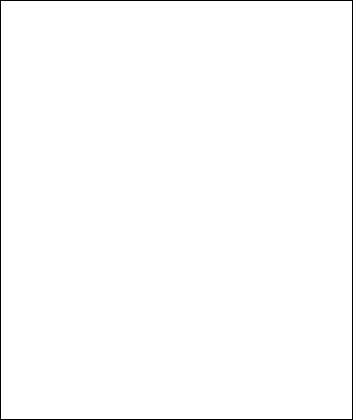
drshahizan/software-engineering keeps this draw.io diagram as exercise/uml/submission/sec02/nurfarahadibah/UC5.drawio.png. Above is the earlier version. Source tidied: cells renumbered, new cells last; positions are measured from the earlier drawing's top-left corner, leaving out a move shared by most shapes.
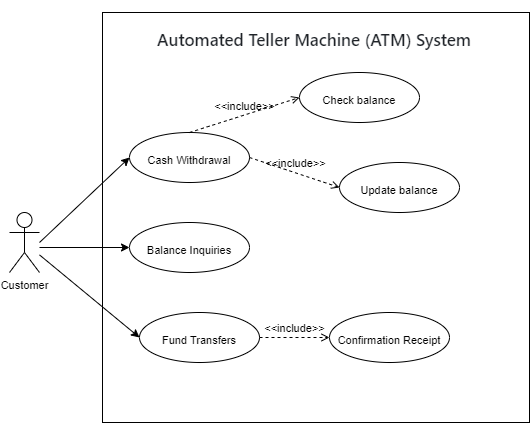
After the commit.

The edit, as a diff of the source:
```diff
@@ -2,8 +2,54 @@
   <root>
     <mxCell id="0" />
     <mxCell id="1" parent="0" />
-    <mxCell id="2" style="rounded=0;whiteSpace=wrap;html=1;fontSize=16;" parent="1" vertex="1">
-      <mxGeometry width="352" height="419" as="geometry" />
+    <mxCell id="2" style="rounded=0;whiteSpace=wrap;html=1;fontSize=16;fillColor=none;" parent="1" vertex="1">
+      <mxGeometry width="427" height="410" as="geometry" />
     </mxCell>
+    <mxCell id="3" value="&lt;font face=&quot;Helvetica&quot; style=&quot;font-size: 11px;&quot;&gt;Cash Withdrawal&lt;/font&gt;" style="ellipse;whiteSpace=wrap;html=1;rounded=1;hachureGap=4;fontFamily=Architects Daughter;fontSource=https%3A%2F%2Ffonts.googleapis.com%2Fcss%3Ffamily%3DArchitects%2BDaughter;fontSize=20;" parent="1" vertex="1">
+      <mxGeometry x="27" y="120" width="120" height="50" as="geometry" />
+    </mxCell>
+    <mxCell id="4" value="&lt;font style=&quot;font-size: 11px;&quot; face=&quot;Helvetica&quot;&gt;Balance Inquiries&lt;/font&gt;" style="ellipse;whiteSpace=wrap;html=1;rounded=1;sketch=0;hachureGap=4;jiggle=2;curveFitting=1;fontFamily=Architects Daughter;fontSource=https%3A%2F%2Ffonts.googleapis.com%2Fcss%3Ffamily%3DArchitects%2BDaughter;fontSize=20;" parent="1" vertex="1">
+      <mxGeometry x="27" y="210" width="120" height="50" as="geometry" />
+    </mxCell>
+    <mxCell id="5" value="&lt;font face=&quot;Helvetica&quot;&gt;&lt;span style=&quot;font-size: 11px;&quot;&gt;Fund Transfers&lt;/span&gt;&lt;/font&gt;" style="ellipse;whiteSpace=wrap;html=1;rounded=1;sketch=0;hachureGap=4;jiggle=2;curveFitting=1;fontFamily=Architects Daughter;fontSource=https%3A%2F%2Ffonts.googleapis.com%2Fcss%3Ffamily%3DArchitects%2BDaughter;fontSize=20;" parent="1" vertex="1">
+      <mxGeometry x="37" y="300" width="120" height="50" as="geometry" />
+    </mxCell>
+    <mxCell id="6" value="&lt;font face=&quot;Helvetica&quot;&gt;&lt;span style=&quot;font-size: 11px;&quot;&gt;Confirmation Receipt&lt;/span&gt;&lt;/font&gt;" style="ellipse;whiteSpace=wrap;html=1;rounded=1;sketch=0;hachureGap=4;jiggle=2;curveFitting=1;fontFamily=Architects Daughter;fontSource=https%3A%2F%2Ffonts.googleapis.com%2Fcss%3Ffamily%3DArchitects%2BDaughter;fontSize=20;" parent="1" vertex="1">
+      <mxGeometry x="227" y="300" width="120" height="50" as="geometry" />
+    </mxCell>
+    <mxCell id="7" value="&lt;font face=&quot;Helvetica&quot;&gt;&lt;span style=&quot;font-size: 11px;&quot;&gt;Check balance&lt;/span&gt;&lt;/font&gt;" style="ellipse;whiteSpace=wrap;html=1;rounded=1;hachureGap=4;fontFamily=Architects Daughter;fontSource=https%3A%2F%2Ffonts.googleapis.com%2Fcss%3Ffamily%3DArchitects%2BDaughter;fontSize=20;" parent="1" vertex="1">
+      <mxGeometry x="197" y="60" width="120" height="50" as="geometry" />
+    </mxCell>
+    <mxCell id="8" value="&lt;font face=&quot;Helvetica&quot;&gt;&lt;span style=&quot;font-size: 11px;&quot;&gt;Update balance&lt;/span&gt;&lt;/font&gt;" style="ellipse;whiteSpace=wrap;html=1;rounded=1;hachureGap=4;fontFamily=Architects Daughter;fontSource=https%3A%2F%2Ffonts.googleapis.com%2Fcss%3Ffamily%3DArchitects%2BDaughter;fontSize=20;" parent="1" vertex="1">
+      <mxGeometry x="237" y="150" width="120" height="50" as="geometry" />
+    </mxCell>
+    <mxCell id="9" value="&amp;lt;&amp;lt;include&amp;gt;&amp;gt;" style="html=1;verticalAlign=bottom;labelBackgroundColor=none;endArrow=open;endFill=0;dashed=1;rounded=1;hachureGap=4;fontFamily=Helvetica;fontSize=11;exitX=0.5;exitY=0;exitDx=0;exitDy=0;entryX=0;entryY=0.5;entryDx=0;entryDy=0;" parent="1" edge="1" source="3" target="7">
+      <mxGeometry relative="1" as="geometry" />
+    </mxCell>
+    <mxCell id="10" value="&amp;lt;&amp;lt;include&amp;gt;&amp;gt;" style="html=1;verticalAlign=bottom;labelBackgroundColor=none;endArrow=open;endFill=0;dashed=1;rounded=1;hachureGap=4;fontFamily=Helvetica;fontSize=11;exitX=1;exitY=0.5;exitDx=0;exitDy=0;entryX=0;entryY=0.5;entryDx=0;entryDy=0;" parent="1" edge="1" source="3" target="8">
+      <mxGeometry relative="1" as="geometry" />
+    </mxCell>
+    <mxCell id="11" value="&amp;lt;&amp;lt;include&amp;gt;&amp;gt;" style="html=1;verticalAlign=bottom;labelBackgroundColor=none;endArrow=open;endFill=0;dashed=1;rounded=1;hachureGap=4;fontFamily=Helvetica;fontSize=11;exitX=1;exitY=0.5;exitDx=0;exitDy=0;entryX=0;entryY=0.5;entryDx=0;entryDy=0;" parent="1" edge="1" source="5" target="6">
+      <mxGeometry relative="1" as="geometry" />
+    </mxCell>
+    <mxCell id="12" value="Customer" style="shape=umlActor;verticalLabelPosition=bottom;verticalAlign=top;html=1;outlineConnect=0;rounded=1;sketch=0;hachureGap=4;jiggle=2;curveFitting=1;fontFamily=Helvetica;fontSize=11;" parent="1" vertex="1">
+      <mxGeometry x="-93" y="200" width="30" height="60" as="geometry" />
+    </mxCell>
+    <mxCell id="13" style="endArrow=classic;html=1;rounded=1;sketch=0;hachureGap=4;jiggle=2;curveFitting=1;fontFamily=Helvetica;fontSize=11;entryX=0;entryY=0.5;entryDx=0;entryDy=0;" parent="1" edge="1" target="3">
+      <mxGeometry relative="1" as="geometry">
+        <mxPoint x="-63" y="230" as="sourcePoint" />
+      </mxGeometry>
+    </mxCell>
+    <mxCell id="14" style="endArrow=classic;html=1;rounded=1;sketch=0;hachureGap=4;jiggle=2;curveFitting=1;fontFamily=Helvetica;fontSize=11;entryX=0;entryY=0.5;entryDx=0;entryDy=0;" parent="1" edge="1" target="4">
+      <mxGeometry relative="1" as="geometry">
+        <mxPoint x="-63" y="235" as="sourcePoint" />
+      </mxGeometry>
+    </mxCell>
+    <mxCell id="15" style="endArrow=classic;html=1;rounded=1;sketch=0;hachureGap=4;jiggle=2;curveFitting=1;fontFamily=Helvetica;fontSize=11;entryX=0;entryY=0.5;entryDx=0;entryDy=0;" parent="1" edge="1" source="12" target="5">
+      <mxGeometry relative="1" as="geometry" />
+    </mxCell>
+    <mxCell id="16" value="&lt;h1 style=&quot;box-sizing: border-box; margin: 24px 0px 16px; font-weight: var(--base-text-weight-semibold, 600); line-height: 1.25; padding-bottom: 0.3em; border-bottom: 1px solid var(--color-border-muted); color: rgb(31, 35, 40); font-family: -apple-system, BlinkMacSystemFont, &amp;quot;Segoe UI&amp;quot;, &amp;quot;Noto Sans&amp;quot;, Helvetica, Arial, sans-serif, &amp;quot;Apple Color Emoji&amp;quot;, &amp;quot;Segoe UI Emoji&amp;quot;; text-align: start;&quot; dir=&quot;auto&quot; tabindex=&quot;-1&quot;&gt;&lt;font style=&quot;font-size: 17px;&quot;&gt;Automated Teller Machine (ATM) System&lt;/font&gt;&lt;/h1&gt;" style="text;html=1;strokeColor=none;fillColor=none;align=center;verticalAlign=middle;whiteSpace=wrap;rounded=0;sketch=0;hachureGap=4;jiggle=2;curveFitting=1;fontFamily=Helvetica;fontSize=11;" parent="1" vertex="1">
+      <mxGeometry x="27" y="10" width="370" height="30" as="geometry" />
+    </mxCell>
   </root>
 </mxGraphModel>
```
